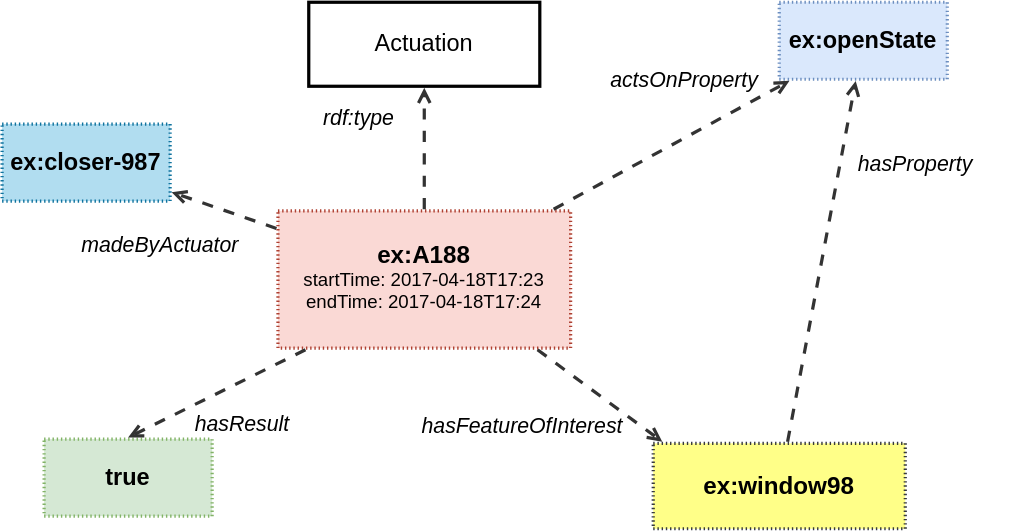
Earlier version of the draw.io export ssn/images/open-window.svg (afeliachi/sdw-sosa-ssn). Source tidied: cells renumbered, new cells last; positions are measured from the earlier drawing's top-left corner, leaving out a move shared by most shapes. Its diagram source:
```xml
<mxGraphModel>
  <root>
    <mxCell id="0" />
    <mxCell id="1" parent="0" />
    <mxCell id="2" value="Actuation" style="html=1;overflow=block;blockSpacing=1;whiteSpace=wrap;fontSize=16.8;align=center;spacing=0;strokeOpacity=100;fillColor=none;strokeWidth=2.3;" parent="1" vertex="1">
      <mxGeometry x="219" width="165" height="60" as="geometry" />
    </mxCell>
    <mxCell id="3" value="&lt;div style=&quot;display: flex; justify-content: center; text-align: center; align-items: baseline; font-size: 0; line-height: 1.25;margin-top: -2px;&quot;&gt;&lt;span&gt;&lt;span style=&quot;font-size:17.3px;font-weight: bold;&quot;&gt;ex:A188&lt;br&gt;&lt;/span&gt;&lt;/span&gt;&lt;/div&gt;&lt;div style=&quot;display: flex; justify-content: center; text-align: center; align-items: baseline; font-size: 0; line-height: 1.25;margin-top: -2px;&quot;&gt;&lt;span&gt;&lt;span style=&quot;font-size:13.3px;&quot;&gt;startTime: 2017-04-18T17:23&lt;br&gt;endTime: 2017-04-18T17:24&lt;/span&gt;&lt;/span&gt;&lt;/div&gt;" style="align=center;whiteSpace=wrap;overflow=block;blockSpacing=1;html=1;fontSize=13;spacing=0;strokeOpacity=100;fillOpacity=100;fillColor=#fad9d5;dashed=1;fixDash=1;dashPattern=1 2;strokeWidth=2.3;strokeColor=#ae4132;" parent="1" vertex="1">
      <mxGeometry x="197" y="149" width="209" height="98" as="geometry" />
    </mxCell>
    <mxCell id="4" style="html=1;jettySize=18;whiteSpace=wrap;fontSize=13;strokeColor=#333333;strokeOpacity=100;dashed=1;fixDash=1;dashPattern=8 8;strokeWidth=2.3;rounded=1;arcSize=24;edgeStyle=orthogonalEdgeStyle;startArrow=none;endArrow=open;exitX=0.5;exitY=-0.012;exitPerimeter=0;entryX=0.5;entryY=1.019;entryPerimeter=0;lucidId=Z~cNARtLXu1l;" parent="1" edge="1" source="3" target="2">
      <mxGeometry relative="1" as="geometry" />
    </mxCell>
    <mxCell id="5" value="rdf:type" style="html=1;overflow=block;blockSpacing=1;whiteSpace=wrap;fontSize=15.2;fontStyle=2;align=center;spacing=0;strokeColor=none;strokeOpacity=100;fillOpacity=100;fillColor=none;strokeWidth=2.3;lucidId=.~cNctn8BtbW;" parent="1" vertex="1">
      <mxGeometry x="165" y="60" width="180" height="45" as="geometry" />
    </mxCell>
    <mxCell id="6" value="ex:openState" style="html=1;overflow=block;blockSpacing=1;whiteSpace=wrap;fontSize=16.8;fontStyle=1;align=center;spacing=0;strokeOpacity=100;fillColor=#dae8fc;dashed=1;fixDash=1;dashPattern=1 2;strokeWidth=2.3;strokeColor=#6c8ebf;" parent="1" vertex="1">
      <mxGeometry x="555" width="120" height="55" as="geometry" />
    </mxCell>
    <mxCell id="7" style="html=1;jettySize=18;whiteSpace=wrap;fontSize=13;strokeColor=#333333;strokeOpacity=100;dashed=1;fixDash=1;dashPattern=8 8;strokeWidth=2.3;rounded=0;startArrow=none;endArrow=open;exitX=0.942;exitY=-0.012;exitPerimeter=0;entryX=0.061;entryY=1.021;entryPerimeter=0;lucidId=YWdNKsD~CTcH;" parent="1" edge="1" source="3" target="6">
      <mxGeometry relative="1" as="geometry" />
    </mxCell>
    <mxCell id="8" value="actsOnProperty" style="html=1;overflow=block;blockSpacing=1;whiteSpace=wrap;fontSize=15.2;fontStyle=2;align=center;spacing=0;strokeColor=none;strokeOpacity=100;fillOpacity=100;fillColor=none;strokeWidth=2.3;lucidId=jXdNsMHZODJq;" parent="1" vertex="1">
      <mxGeometry x="420" y="42" width="135" height="27" as="geometry" />
    </mxCell>
    <mxCell id="9" value="true" style="html=1;overflow=block;blockSpacing=1;whiteSpace=wrap;fontSize=16.8;fontStyle=1;align=center;spacing=0;strokeOpacity=100;fillColor=#d5e8d4;dashed=1;fixDash=1;dashPattern=1 2;strokeWidth=2.3;strokeColor=#82b366;" parent="1" vertex="1">
      <mxGeometry x="30" y="312" width="120" height="55" as="geometry" />
    </mxCell>
    <mxCell id="10" style="html=1;jettySize=18;whiteSpace=wrap;fontSize=13;strokeColor=#333333;strokeOpacity=100;dashed=1;fixDash=1;dashPattern=8 8;strokeWidth=2.3;rounded=0;startArrow=none;endArrow=open;exitX=0.094;exitY=1.012;exitPerimeter=0;entryX=0.5;entryY=-0.021;entryPerimeter=0;lucidId=Q0dNHn4SuzQL;" parent="1" edge="1" source="3" target="9">
      <mxGeometry relative="1" as="geometry" />
    </mxCell>
    <mxCell id="11" value="hasResult" style="html=1;overflow=block;blockSpacing=1;whiteSpace=wrap;fontSize=15.2;fontStyle=2;align=left;spacing=3.8;verticalAlign=top;strokeColor=none;fillOpacity=0;fillColor=#ffffff;dashed=1;fixDash=1;dashPattern=16 6;strokeWidth=0;lucidId=20dNfv0pUrqD;" parent="1" vertex="1">
      <mxGeometry x="135" y="290" width="111" height="26" as="geometry" />
    </mxCell>
    <mxCell id="12" value="ex:window98" style="html=1;overflow=block;blockSpacing=1;whiteSpace=wrap;fontSize=17.3;fontStyle=1;align=center;spacing=0;strokeOpacity=100;fillOpacity=100;fillColor=#ffff88;dashed=1;fixDash=1;dashPattern=1 2;strokeWidth=2.3;strokeColor=#36393d;" parent="1" vertex="1">
      <mxGeometry x="465" y="315" width="180" height="61" as="geometry" />
    </mxCell>
    <mxCell id="13" style="html=1;jettySize=18;whiteSpace=wrap;fontSize=13;strokeColor=#333333;strokeOpacity=100;dashed=1;fixDash=1;dashPattern=8 8;strokeWidth=2.3;rounded=0;startArrow=none;endArrow=open;exitX=0.887;exitY=1.012;exitPerimeter=0;entryX=0.036;entryY=-0.019;entryPerimeter=0;lucidId=UqBQnlehNnxZ;" parent="1" edge="1" source="3" target="12">
      <mxGeometry relative="1" as="geometry" />
    </mxCell>
    <mxCell id="14" value="hasFeatureOfInterest" style="html=1;overflow=block;blockSpacing=1;whiteSpace=wrap;fontSize=15.2;fontStyle=2;align=center;spacing=0;strokeColor=none;strokeOpacity=100;fillOpacity=100;fillColor=none;strokeWidth=2.3;lucidId=5qBQlPLvfrxZ;" parent="1" vertex="1">
      <mxGeometry x="300" y="289" width="135" height="27" as="geometry" />
    </mxCell>
    <mxCell id="15" value="ex:closer-987" style="html=1;overflow=block;blockSpacing=1;whiteSpace=wrap;fontSize=16.8;fontStyle=1;align=center;spacing=0;strokeOpacity=100;fillOpacity=100;fillColor=#b1ddf0;dashed=1;fixDash=1;dashPattern=1 2;strokeWidth=2.3;strokeColor=#10739e;" parent="1" vertex="1">
      <mxGeometry y="87" width="120" height="55" as="geometry" />
    </mxCell>
    <mxCell id="16" style="html=1;jettySize=18;whiteSpace=wrap;fontSize=13;strokeColor=#333333;strokeOpacity=100;dashed=1;fixDash=1;dashPattern=8 8;strokeWidth=2.3;rounded=0;startArrow=none;endArrow=open;exitX=-0.005;exitY=0.128;exitPerimeter=0;entryX=1.009;entryY=0.884;entryPerimeter=0;lucidId=xQgvdxiTHCOQ;" parent="1" edge="1" source="3" target="15">
      <mxGeometry relative="1" as="geometry" />
    </mxCell>
    <mxCell id="17" value="madeByActuator" style="html=1;overflow=block;blockSpacing=1;whiteSpace=wrap;fontSize=15.2;fontStyle=2;align=left;spacing=3.8;verticalAlign=top;strokeColor=none;fillOpacity=0;fillColor=#ffffff;dashed=1;fixDash=1;dashPattern=16 6;strokeWidth=0;lucidId=RQgvaJlh.XSx;" parent="1" vertex="1">
      <mxGeometry x="54" y="162" width="111" height="28" as="geometry" />
    </mxCell>
    <mxCell id="18" style="html=1;jettySize=18;whiteSpace=wrap;fontSize=13;strokeColor=#333333;strokeOpacity=100;dashed=1;fixDash=1;dashPattern=8 8;strokeWidth=2.3;rounded=0;startArrow=none;endArrow=open;exitX=0.533;exitY=-0.019;exitPerimeter=0;entryX=0.455;entryY=1.021;entryPerimeter=0;lucidId=zTgv5TMZyOVH;" parent="1" edge="1" source="12" target="6">
      <mxGeometry relative="1" as="geometry" />
    </mxCell>
    <mxCell id="19" value="hasProperty" style="html=1;overflow=block;blockSpacing=1;whiteSpace=wrap;fontSize=15.2;fontStyle=2;align=center;spacing=0;strokeColor=none;strokeOpacity=100;fillOpacity=100;fillColor=none;strokeWidth=2.3;lucidId=gUgvDzWxm315;" parent="1" vertex="1">
      <mxGeometry x="585" y="102" width="135" height="27" as="geometry" />
    </mxCell>
  </root>
</mxGraphModel>
```
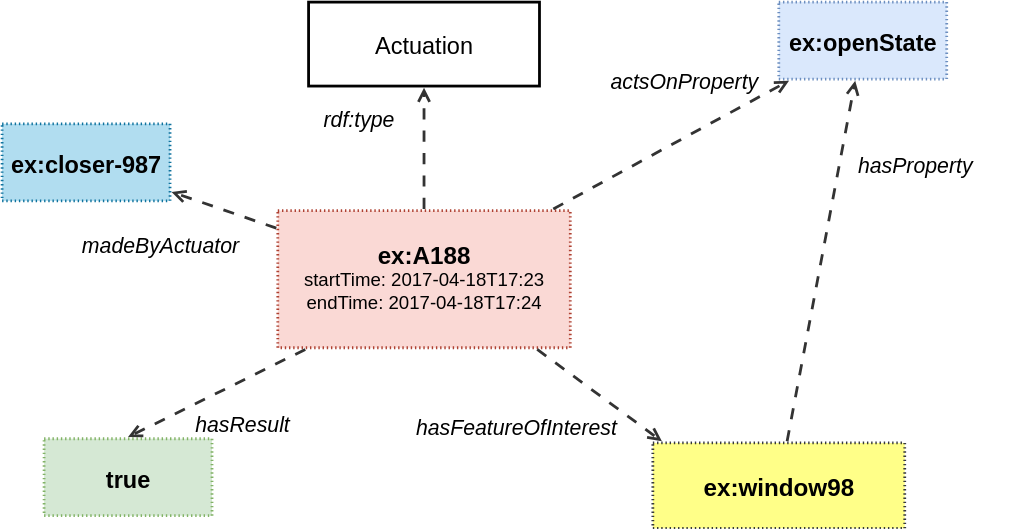
The same diagram one commit later.

Change to the diagram source:
```diff
@@ -2,58 +2,58 @@
   <root>
     <mxCell id="0" />
     <mxCell id="1" parent="0" />
-    <mxCell id="2" value="Actuation" style="html=1;overflow=block;blockSpacing=1;whiteSpace=wrap;fontSize=16.8;align=center;spacing=0;strokeOpacity=100;fillColor=none;strokeWidth=2.3;" parent="1" vertex="1">
+    <mxCell id="2" value="Actuation" style="html=1;overflow=block;blockSpacing=1;whiteSpace=wrap;fontSize=16.8;align=center;spacing=0;strokeOpacity=100;fillColor=none;strokeWidth=2;fontColor=default;convertToSvg=1;" parent="1" vertex="1">
       <mxGeometry x="219" width="165" height="60" as="geometry" />
     </mxCell>
-    <mxCell id="3" value="&lt;div style=&quot;display: flex; justify-content: center; text-align: center; align-items: baseline; font-size: 0; line-height: 1.25;margin-top: -2px;&quot;&gt;&lt;span&gt;&lt;span style=&quot;font-size:17.3px;font-weight: bold;&quot;&gt;ex:A188&lt;br&gt;&lt;/span&gt;&lt;/span&gt;&lt;/div&gt;&lt;div style=&quot;display: flex; justify-content: center; text-align: center; align-items: baseline; font-size: 0; line-height: 1.25;margin-top: -2px;&quot;&gt;&lt;span&gt;&lt;span style=&quot;font-size:13.3px;&quot;&gt;startTime: 2017-04-18T17:23&lt;br&gt;endTime: 2017-04-18T17:24&lt;/span&gt;&lt;/span&gt;&lt;/div&gt;" style="align=center;whiteSpace=wrap;overflow=block;blockSpacing=1;html=1;fontSize=13;spacing=0;strokeOpacity=100;fillOpacity=100;fillColor=#fad9d5;dashed=1;fixDash=1;dashPattern=1 2;strokeWidth=2.3;strokeColor=#ae4132;" parent="1" vertex="1">
+    <mxCell id="3" value="&lt;div style=&quot;display: flex; justify-content: center; text-align: center; align-items: baseline; font-size: 0; line-height: 1.25;margin-top: -2px;&quot;&gt;&lt;span&gt;&lt;span style=&quot;font-size:17.3px;font-weight: bold;&quot;&gt;ex:A188&lt;br&gt;&lt;/span&gt;&lt;/span&gt;&lt;/div&gt;&lt;div style=&quot;display: flex; justify-content: center; text-align: center; align-items: baseline; font-size: 0; line-height: 1.25;margin-top: -2px;&quot;&gt;&lt;span&gt;&lt;span style=&quot;font-size:13.3px;&quot;&gt;startTime: 2017-04-18T17:23&lt;br&gt;endTime: 2017-04-18T17:24&lt;/span&gt;&lt;/span&gt;&lt;/div&gt;" style="align=center;whiteSpace=wrap;overflow=block;blockSpacing=1;html=1;fontSize=13;spacing=0;strokeOpacity=100;fillOpacity=100;fillColor=#fad9d5;dashed=1;fixDash=1;dashPattern=1 2;strokeWidth=2;strokeColor=#ae4132;fontColor=default;convertToSvg=1;" parent="1" vertex="1">
       <mxGeometry x="197" y="149" width="209" height="98" as="geometry" />
     </mxCell>
-    <mxCell id="4" style="html=1;jettySize=18;whiteSpace=wrap;fontSize=13;strokeColor=#333333;strokeOpacity=100;dashed=1;fixDash=1;dashPattern=8 8;strokeWidth=2.3;rounded=1;arcSize=24;edgeStyle=orthogonalEdgeStyle;startArrow=none;endArrow=open;exitX=0.5;exitY=-0.012;exitPerimeter=0;entryX=0.5;entryY=1.019;entryPerimeter=0;lucidId=Z~cNARtLXu1l;" parent="1" edge="1" source="3" target="2">
+    <mxCell id="4" style="html=1;jettySize=18;whiteSpace=wrap;fontSize=13;strokeColor=#333333;strokeOpacity=100;dashed=1;fixDash=1;dashPattern=8 8;strokeWidth=2;rounded=1;arcSize=24;edgeStyle=orthogonalEdgeStyle;startArrow=none;endArrow=open;exitX=0.5;exitY=-0.012;exitPerimeter=0;entryX=0.5;entryY=1.019;entryPerimeter=0;lucidId=Z~cNARtLXu1l;fontColor=default;convertToSvg=1;" parent="1" edge="1" source="3" target="2">
       <mxGeometry relative="1" as="geometry" />
     </mxCell>
-    <mxCell id="5" value="rdf:type" style="html=1;overflow=block;blockSpacing=1;whiteSpace=wrap;fontSize=15.2;fontStyle=2;align=center;spacing=0;strokeColor=none;strokeOpacity=100;fillOpacity=100;fillColor=none;strokeWidth=2.3;lucidId=.~cNctn8BtbW;" parent="1" vertex="1">
+    <mxCell id="5" value="rdf:type" style="html=1;overflow=block;blockSpacing=1;whiteSpace=wrap;fontSize=15.2;fontStyle=2;align=center;spacing=0;strokeColor=none;strokeOpacity=100;fillOpacity=100;fillColor=none;strokeWidth=2;lucidId=.~cNctn8BtbW;fontColor=default;convertToSvg=1;" parent="1" vertex="1">
       <mxGeometry x="165" y="60" width="180" height="45" as="geometry" />
     </mxCell>
-    <mxCell id="6" value="ex:openState" style="html=1;overflow=block;blockSpacing=1;whiteSpace=wrap;fontSize=16.8;fontStyle=1;align=center;spacing=0;strokeOpacity=100;fillColor=#dae8fc;dashed=1;fixDash=1;dashPattern=1 2;strokeWidth=2.3;strokeColor=#6c8ebf;" parent="1" vertex="1">
+    <mxCell id="6" value="ex:openState" style="html=1;overflow=block;blockSpacing=1;whiteSpace=wrap;fontSize=16.8;fontStyle=1;align=center;spacing=0;strokeOpacity=100;fillColor=#dae8fc;dashed=1;fixDash=1;dashPattern=1 2;strokeWidth=2;strokeColor=#6c8ebf;fontColor=default;convertToSvg=1;" parent="1" vertex="1">
       <mxGeometry x="555" width="120" height="55" as="geometry" />
     </mxCell>
-    <mxCell id="7" style="html=1;jettySize=18;whiteSpace=wrap;fontSize=13;strokeColor=#333333;strokeOpacity=100;dashed=1;fixDash=1;dashPattern=8 8;strokeWidth=2.3;rounded=0;startArrow=none;endArrow=open;exitX=0.942;exitY=-0.012;exitPerimeter=0;entryX=0.061;entryY=1.021;entryPerimeter=0;lucidId=YWdNKsD~CTcH;" parent="1" edge="1" source="3" target="6">
+    <mxCell id="7" style="html=1;jettySize=18;whiteSpace=wrap;fontSize=13;strokeColor=#333333;strokeOpacity=100;dashed=1;fixDash=1;dashPattern=8 8;strokeWidth=2;rounded=0;startArrow=none;endArrow=open;exitX=0.942;exitY=-0.012;exitPerimeter=0;entryX=0.061;entryY=1.021;entryPerimeter=0;lucidId=YWdNKsD~CTcH;fontColor=default;convertToSvg=1;" parent="1" edge="1" source="3" target="6">
       <mxGeometry relative="1" as="geometry" />
     </mxCell>
-    <mxCell id="8" value="actsOnProperty" style="html=1;overflow=block;blockSpacing=1;whiteSpace=wrap;fontSize=15.2;fontStyle=2;align=center;spacing=0;strokeColor=none;strokeOpacity=100;fillOpacity=100;fillColor=none;strokeWidth=2.3;lucidId=jXdNsMHZODJq;" parent="1" vertex="1">
+    <mxCell id="8" value="actsOnProperty" style="html=1;overflow=block;blockSpacing=1;whiteSpace=wrap;fontSize=15.2;fontStyle=2;align=center;spacing=0;strokeColor=none;strokeOpacity=100;fillOpacity=100;fillColor=none;strokeWidth=2;lucidId=jXdNsMHZODJq;fontColor=default;convertToSvg=1;" parent="1" vertex="1">
       <mxGeometry x="420" y="42" width="135" height="27" as="geometry" />
     </mxCell>
-    <mxCell id="9" value="true" style="html=1;overflow=block;blockSpacing=1;whiteSpace=wrap;fontSize=16.8;fontStyle=1;align=center;spacing=0;strokeOpacity=100;fillColor=#d5e8d4;dashed=1;fixDash=1;dashPattern=1 2;strokeWidth=2.3;strokeColor=#82b366;" parent="1" vertex="1">
+    <mxCell id="9" value="true" style="html=1;overflow=block;blockSpacing=1;whiteSpace=wrap;fontSize=16.8;fontStyle=1;align=center;spacing=0;strokeOpacity=100;fillColor=#d5e8d4;dashed=1;fixDash=1;dashPattern=1 2;strokeWidth=2;strokeColor=#82b366;fontColor=default;convertToSvg=1;" parent="1" vertex="1">
       <mxGeometry x="30" y="312" width="120" height="55" as="geometry" />
     </mxCell>
-    <mxCell id="10" style="html=1;jettySize=18;whiteSpace=wrap;fontSize=13;strokeColor=#333333;strokeOpacity=100;dashed=1;fixDash=1;dashPattern=8 8;strokeWidth=2.3;rounded=0;startArrow=none;endArrow=open;exitX=0.094;exitY=1.012;exitPerimeter=0;entryX=0.5;entryY=-0.021;entryPerimeter=0;lucidId=Q0dNHn4SuzQL;" parent="1" edge="1" source="3" target="9">
+    <mxCell id="10" style="html=1;jettySize=18;whiteSpace=wrap;fontSize=13;strokeColor=#333333;strokeOpacity=100;dashed=1;fixDash=1;dashPattern=8 8;strokeWidth=2;rounded=0;startArrow=none;endArrow=open;exitX=0.094;exitY=1.012;exitPerimeter=0;entryX=0.5;entryY=-0.021;entryPerimeter=0;lucidId=Q0dNHn4SuzQL;fontColor=default;convertToSvg=1;" parent="1" edge="1" source="3" target="9">
       <mxGeometry relative="1" as="geometry" />
     </mxCell>
-    <mxCell id="11" value="hasResult" style="html=1;overflow=block;blockSpacing=1;whiteSpace=wrap;fontSize=15.2;fontStyle=2;align=left;spacing=3.8;verticalAlign=top;strokeColor=none;fillOpacity=0;fillColor=#ffffff;dashed=1;fixDash=1;dashPattern=16 6;strokeWidth=0;lucidId=20dNfv0pUrqD;" parent="1" vertex="1">
+    <mxCell id="11" value="hasResult" style="html=1;overflow=block;blockSpacing=1;whiteSpace=wrap;fontSize=15.2;fontStyle=2;align=left;spacing=3.8;verticalAlign=top;strokeColor=none;fillOpacity=0;fillColor=#ffffff;dashed=1;fixDash=1;dashPattern=16 6;strokeWidth=2;lucidId=20dNfv0pUrqD;fontColor=default;convertToSvg=1;" parent="1" vertex="1">
       <mxGeometry x="135" y="290" width="111" height="26" as="geometry" />
     </mxCell>
-    <mxCell id="12" value="ex:window98" style="html=1;overflow=block;blockSpacing=1;whiteSpace=wrap;fontSize=17.3;fontStyle=1;align=center;spacing=0;strokeOpacity=100;fillOpacity=100;fillColor=#ffff88;dashed=1;fixDash=1;dashPattern=1 2;strokeWidth=2.3;strokeColor=#36393d;" parent="1" vertex="1">
+    <mxCell id="12" value="ex:window98" style="html=1;overflow=block;blockSpacing=1;whiteSpace=wrap;fontSize=17.3;fontStyle=1;align=center;spacing=0;strokeOpacity=100;fillOpacity=100;fillColor=#ffff88;dashed=1;fixDash=1;dashPattern=1 2;strokeWidth=2;strokeColor=#36393d;fontColor=default;convertToSvg=1;" parent="1" vertex="1">
       <mxGeometry x="465" y="315" width="180" height="61" as="geometry" />
     </mxCell>
-    <mxCell id="13" style="html=1;jettySize=18;whiteSpace=wrap;fontSize=13;strokeColor=#333333;strokeOpacity=100;dashed=1;fixDash=1;dashPattern=8 8;strokeWidth=2.3;rounded=0;startArrow=none;endArrow=open;exitX=0.887;exitY=1.012;exitPerimeter=0;entryX=0.036;entryY=-0.019;entryPerimeter=0;lucidId=UqBQnlehNnxZ;" parent="1" edge="1" source="3" target="12">
+    <mxCell id="13" style="html=1;jettySize=18;whiteSpace=wrap;fontSize=13;strokeColor=#333333;strokeOpacity=100;dashed=1;fixDash=1;dashPattern=8 8;strokeWidth=2;rounded=0;startArrow=none;endArrow=open;exitX=0.887;exitY=1.012;exitPerimeter=0;entryX=0.036;entryY=-0.019;entryPerimeter=0;lucidId=UqBQnlehNnxZ;fontColor=default;convertToSvg=1;" parent="1" edge="1" source="3" target="12">
       <mxGeometry relative="1" as="geometry" />
     </mxCell>
-    <mxCell id="14" value="hasFeatureOfInterest" style="html=1;overflow=block;blockSpacing=1;whiteSpace=wrap;fontSize=15.2;fontStyle=2;align=center;spacing=0;strokeColor=none;strokeOpacity=100;fillOpacity=100;fillColor=none;strokeWidth=2.3;lucidId=5qBQlPLvfrxZ;" parent="1" vertex="1">
+    <mxCell id="14" value="hasFeatureOfInterest" style="html=1;overflow=block;blockSpacing=1;whiteSpace=wrap;fontSize=15.2;fontStyle=2;align=center;spacing=0;strokeColor=none;strokeOpacity=100;fillOpacity=100;fillColor=none;strokeWidth=2;lucidId=5qBQlPLvfrxZ;fontColor=default;convertToSvg=1;" parent="1" vertex="1">
       <mxGeometry x="300" y="289" width="135" height="27" as="geometry" />
     </mxCell>
-    <mxCell id="15" value="ex:closer-987" style="html=1;overflow=block;blockSpacing=1;whiteSpace=wrap;fontSize=16.8;fontStyle=1;align=center;spacing=0;strokeOpacity=100;fillOpacity=100;fillColor=#b1ddf0;dashed=1;fixDash=1;dashPattern=1 2;strokeWidth=2.3;strokeColor=#10739e;" parent="1" vertex="1">
+    <mxCell id="15" value="ex:closer-987" style="html=1;overflow=block;blockSpacing=1;whiteSpace=wrap;fontSize=16.8;fontStyle=1;align=center;spacing=0;strokeOpacity=100;fillOpacity=100;fillColor=#b1ddf0;dashed=1;fixDash=1;dashPattern=1 2;strokeWidth=2;strokeColor=#10739e;fontColor=default;convertToSvg=1;" parent="1" vertex="1">
       <mxGeometry y="87" width="120" height="55" as="geometry" />
     </mxCell>
-    <mxCell id="16" style="html=1;jettySize=18;whiteSpace=wrap;fontSize=13;strokeColor=#333333;strokeOpacity=100;dashed=1;fixDash=1;dashPattern=8 8;strokeWidth=2.3;rounded=0;startArrow=none;endArrow=open;exitX=-0.005;exitY=0.128;exitPerimeter=0;entryX=1.009;entryY=0.884;entryPerimeter=0;lucidId=xQgvdxiTHCOQ;" parent="1" edge="1" source="3" target="15">
+    <mxCell id="16" style="html=1;jettySize=18;whiteSpace=wrap;fontSize=13;strokeColor=#333333;strokeOpacity=100;dashed=1;fixDash=1;dashPattern=8 8;strokeWidth=2;rounded=0;startArrow=none;endArrow=open;exitX=-0.005;exitY=0.128;exitPerimeter=0;entryX=1.009;entryY=0.884;entryPerimeter=0;lucidId=xQgvdxiTHCOQ;fontColor=default;convertToSvg=1;" parent="1" edge="1" source="3" target="15">
       <mxGeometry relative="1" as="geometry" />
     </mxCell>
-    <mxCell id="17" value="madeByActuator" style="html=1;overflow=block;blockSpacing=1;whiteSpace=wrap;fontSize=15.2;fontStyle=2;align=left;spacing=3.8;verticalAlign=top;strokeColor=none;fillOpacity=0;fillColor=#ffffff;dashed=1;fixDash=1;dashPattern=16 6;strokeWidth=0;lucidId=RQgvaJlh.XSx;" parent="1" vertex="1">
+    <mxCell id="17" value="madeByActuator" style="html=1;overflow=block;blockSpacing=1;whiteSpace=wrap;fontSize=15.2;fontStyle=2;align=left;spacing=3.8;verticalAlign=top;strokeColor=none;fillOpacity=0;fillColor=#ffffff;dashed=1;fixDash=1;dashPattern=16 6;strokeWidth=2;lucidId=RQgvaJlh.XSx;fontColor=default;convertToSvg=1;" parent="1" vertex="1">
       <mxGeometry x="54" y="162" width="111" height="28" as="geometry" />
     </mxCell>
-    <mxCell id="18" style="html=1;jettySize=18;whiteSpace=wrap;fontSize=13;strokeColor=#333333;strokeOpacity=100;dashed=1;fixDash=1;dashPattern=8 8;strokeWidth=2.3;rounded=0;startArrow=none;endArrow=open;exitX=0.533;exitY=-0.019;exitPerimeter=0;entryX=0.455;entryY=1.021;entryPerimeter=0;lucidId=zTgv5TMZyOVH;" parent="1" edge="1" source="12" target="6">
+    <mxCell id="18" style="html=1;jettySize=18;whiteSpace=wrap;fontSize=13;strokeColor=#333333;strokeOpacity=100;dashed=1;fixDash=1;dashPattern=8 8;strokeWidth=2;rounded=0;startArrow=none;endArrow=open;exitX=0.533;exitY=-0.019;exitPerimeter=0;entryX=0.455;entryY=1.021;entryPerimeter=0;lucidId=zTgv5TMZyOVH;fontColor=default;convertToSvg=1;" parent="1" edge="1" source="12" target="6">
       <mxGeometry relative="1" as="geometry" />
     </mxCell>
-    <mxCell id="19" value="hasProperty" style="html=1;overflow=block;blockSpacing=1;whiteSpace=wrap;fontSize=15.2;fontStyle=2;align=center;spacing=0;strokeColor=none;strokeOpacity=100;fillOpacity=100;fillColor=none;strokeWidth=2.3;lucidId=gUgvDzWxm315;" parent="1" vertex="1">
+    <mxCell id="19" value="hasProperty" style="html=1;overflow=block;blockSpacing=1;whiteSpace=wrap;fontSize=15.2;fontStyle=2;align=center;spacing=0;strokeColor=none;strokeOpacity=100;fillOpacity=100;fillColor=none;strokeWidth=2;lucidId=gUgvDzWxm315;fontColor=default;convertToSvg=1;" parent="1" vertex="1">
       <mxGeometry x="585" y="102" width="135" height="27" as="geometry" />
     </mxCell>
   </root>
```
